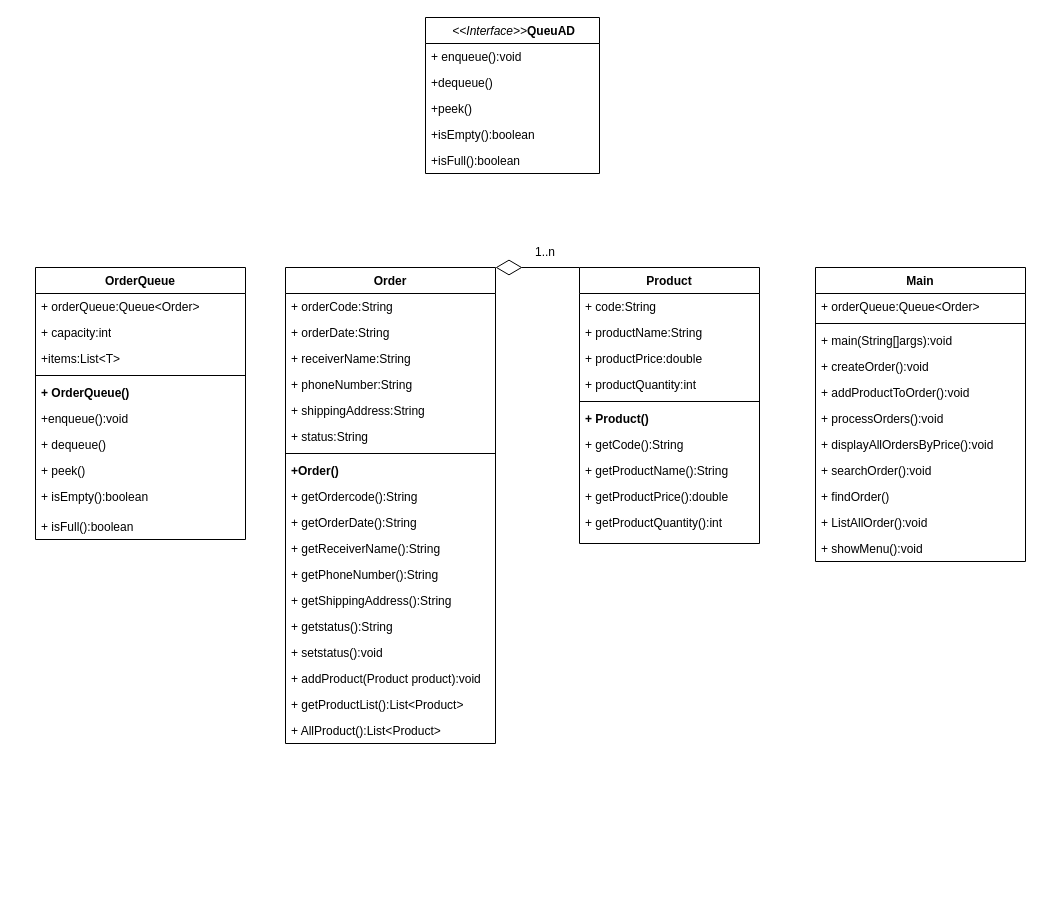
The draw.io diagram DSAprojecgt.drawio in khanh8603/khanh8603, before the edit. Source tidied: cells renumbered, new cells numbered last; positions are measured from the earlier drawing's top-left corner, leaving out a move shared by most shapes. Both pictures are drawn from the tidied source at 100%, with x=0, y=0 at pixel (35, 17).
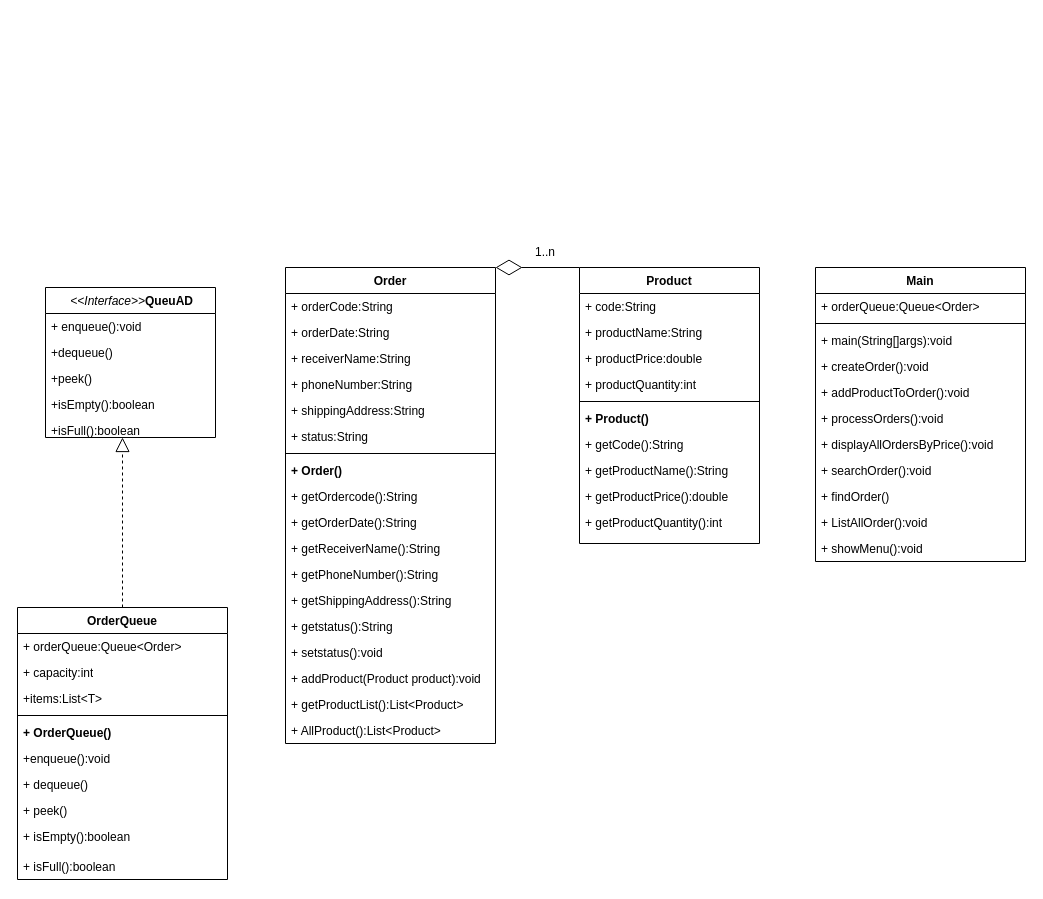
Above is the later version.

Commit message:
Cập nhật DSAprojecgt.drawio

Unchanged cells that the change refers to:
```xml
<mxCell id="13" value="Order" style="swimlane;fontStyle=1;align=center;verticalAlign=top;horizontal=1;startSize=26;whiteSpace=wrap;html=1;" parent="1" vertex="1">
  <mxGeometry x="250" y="250" width="210" height="476" as="geometry" />
</mxCell>
```

The edit, as a diff of the source:
```diff
@@
-    <mxCell id="21" value="&lt;b&gt;+Order()&lt;/b&gt;" style="text;strokeColor=none;fillColor=none;align=left;verticalAlign=top;spacingLeft=4;spacingRight=4;overflow=hidden;whiteSpace=wrap;html=1;" parent="13" vertex="1">
+    <mxCell id="21" value="&lt;b&gt;+ Order()&lt;/b&gt;" style="text;strokeColor=none;fillColor=none;align=left;verticalAlign=top;spacingLeft=4;spacingRight=4;overflow=hidden;whiteSpace=wrap;html=1;" parent="13" vertex="1">
       <mxGeometry y="190" width="210" height="26" as="geometry" />
     </mxCell>
@@
     <mxCell id="32" value="OrderQueue" style="swimlane;fontStyle=1;align=center;verticalAlign=top;horizontal=1;startSize=26;whiteSpace=wrap;html=1;" parent="1" vertex="1">
-      <mxGeometry y="250" width="210" height="272" as="geometry" />
+      <mxGeometry x="-18" y="590" width="210" height="272" as="geometry" />
     </mxCell>
@@
     <mxCell id="55" value="&lt;i style=&quot;border-color: var(--border-color); font-weight: 400;&quot;&gt;&amp;nbsp;&amp;lt;&amp;lt;Interface&amp;gt;&amp;gt;&lt;/i&gt;QueuAD" style="swimlane;fontStyle=1;align=center;verticalAlign=top;horizontal=1;startSize=26;whiteSpace=wrap;html=1;" parent="1" vertex="1">
-      <mxGeometry x="390" width="174" height="156" as="geometry" />
+      <mxGeometry x="10" y="270" width="170" height="150" as="geometry" />
     </mxCell>
     <mxCell id="56" value="+ enqueue():void" style="text;strokeColor=none;fillColor=none;align=left;verticalAlign=top;spacingLeft=4;spacingRight=4;overflow=hidden;whiteSpace=wrap;html=1;" parent="55" vertex="1">
-      <mxGeometry y="26" width="174" height="26" as="geometry" />
+      <mxGeometry y="26" width="170" height="26" as="geometry" />
     </mxCell>
     <mxCell id="57" value="+dequeue()" style="text;strokeColor=none;fillColor=none;align=left;verticalAlign=top;spacingLeft=4;spacingRight=4;overflow=hidden;whiteSpace=wrap;html=1;" parent="55" vertex="1">
-      <mxGeometry y="52" width="174" height="26" as="geometry" />
+      <mxGeometry y="52" width="170" height="26" as="geometry" />
     </mxCell>
     <mxCell id="58" value="+peek()" style="text;strokeColor=none;fillColor=none;align=left;verticalAlign=top;spacingLeft=4;spacingRight=4;overflow=hidden;whiteSpace=wrap;html=1;" parent="55" vertex="1">
-      <mxGeometry y="78" width="174" height="26" as="geometry" />
+      <mxGeometry y="78" width="170" height="26" as="geometry" />
     </mxCell>
     <mxCell id="59" value="+isEmpty():boolean" style="text;strokeColor=none;fillColor=none;align=left;verticalAlign=top;spacingLeft=4;spacingRight=4;overflow=hidden;whiteSpace=wrap;html=1;" parent="55" vertex="1">
-      <mxGeometry y="104" width="174" height="26" as="geometry" />
+      <mxGeometry y="104" width="170" height="26" as="geometry" />
     </mxCell>
-    <mxCell id="60" value="+isFull():boolean" style="text;strokeColor=none;fillColor=none;align=left;verticalAlign=top;spacingLeft=4;spacingRight=4;overflow=hidden;whiteSpace=wrap;html=1;" parent="55" vertex="1">
-      <mxGeometry y="130" width="174" height="26" as="geometry" />
+    <mxCell id="60" value="+isFull():boolean&lt;br&gt;&lt;br&gt;" style="text;strokeColor=none;fillColor=none;align=left;verticalAlign=top;spacingLeft=4;spacingRight=4;overflow=hidden;whiteSpace=wrap;html=1;" parent="55" vertex="1">
+      <mxGeometry y="130" width="170" height="20" as="geometry" />
     </mxCell>
@@
+    <mxCell id="63" style="endArrow=block;dashed=1;endFill=0;endSize=12;html=1;rounded=0;edgeStyle=orthogonalEdgeStyle;exitX=0.5;exitY=0;exitDx=0;exitDy=0;" parent="1" edge="1" source="32">
+      <mxGeometry relative="1" as="geometry">
+        <mxPoint x="87" y="420" as="targetPoint" />
+      </mxGeometry>
+    </mxCell>
```
